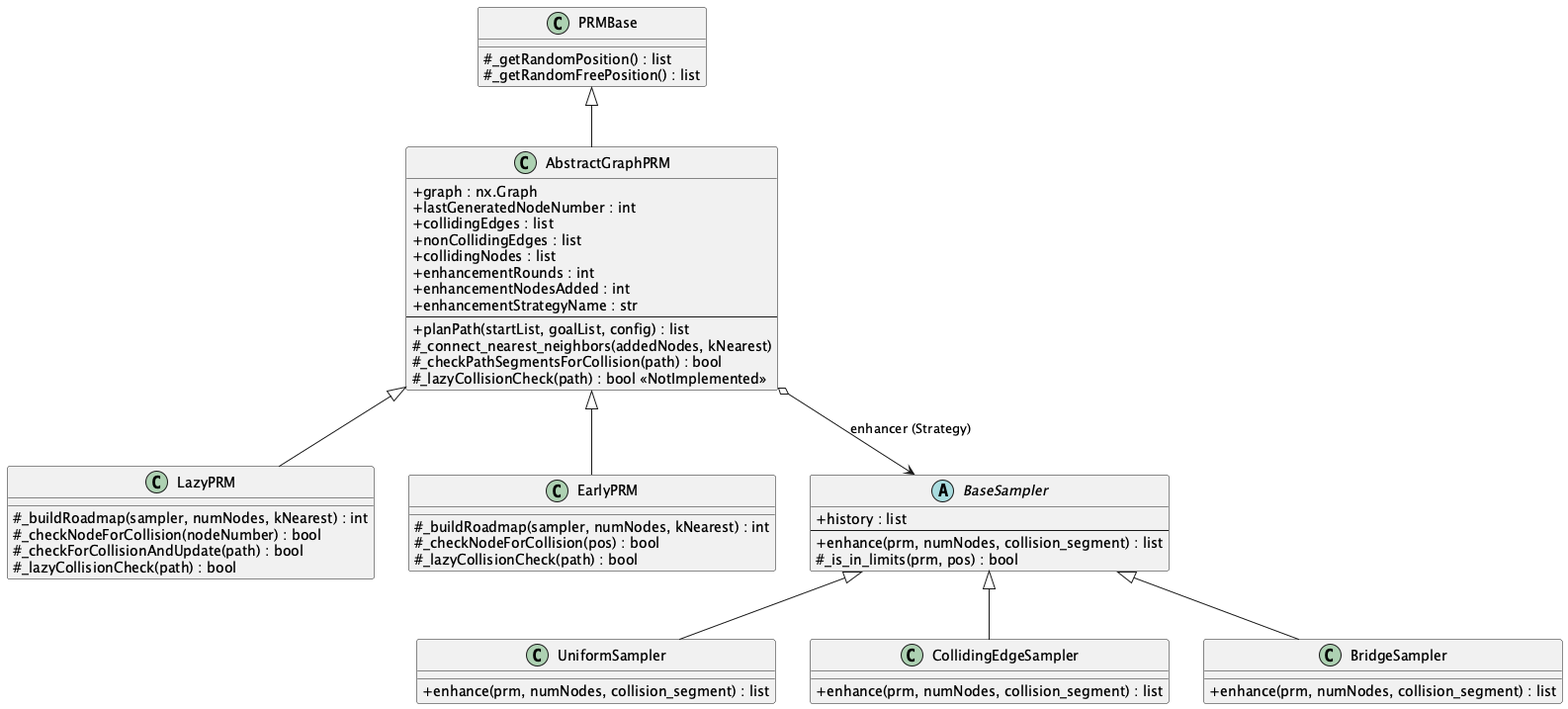
Before: notebooks/diagrams/architecture.png, a diagram exported from PlantUML (philippmCode/intro-path-planning). The source it was exported from:
```plantuml
@startuml architecture
skinparam classAttributeIconSize 0

class PRMBase {
  # _getRandomPosition() : list
  # _getRandomFreePosition() : list
}

class AbstractGraphPRM {
  + graph : nx.Graph
  + lastGeneratedNodeNumber : int
  + collidingEdges : list
  + nonCollidingEdges : list
  + collidingNodes : list
  + enhancementRounds : int
  + enhancementNodesAdded : int
  + enhancementStrategyName : str
  --
  + planPath(startList, goalList, config) : list
  # _connect_nearest_neighbors(addedNodes, kNearest)
  # _checkPathSegmentsForCollision(path) : bool
  # _lazyCollisionCheck(path) : bool <<NotImplemented>>
}

class LazyPRM {
  # _buildRoadmap(sampler, numNodes, kNearest) : int
  # _checkNodeForCollision(nodeNumber) : bool
  # _checkForCollisionAndUpdate(path) : bool
  # _lazyCollisionCheck(path) : bool
}

class EarlyPRM {
  # _buildRoadmap(sampler, numNodes, kNearest) : int
  # _checkNodeForCollision(pos) : bool
  # _lazyCollisionCheck(path) : bool
}

abstract class BaseSampler {
  + history : list
  --
  + enhance(prm, numNodes, collision_segment) : list
  # _is_in_limits(prm, pos) : bool
}

class UniformSampler {
  + enhance(prm, numNodes, collision_segment) : list
}

class CollidingEdgeSampler {
  + enhance(prm, numNodes, collision_segment) : list
}

class BridgeSampler {
  + enhance(prm, numNodes, collision_segment) : list
}

PRMBase <|-- AbstractGraphPRM
AbstractGraphPRM <|-- LazyPRM
AbstractGraphPRM <|-- EarlyPRM

BaseSampler <|-- UniformSampler
BaseSampler <|-- CollidingEdgeSampler
BaseSampler <|-- BridgeSampler

AbstractGraphPRM o--> BaseSampler : "enhancer (Strategy)"

@enduml
```
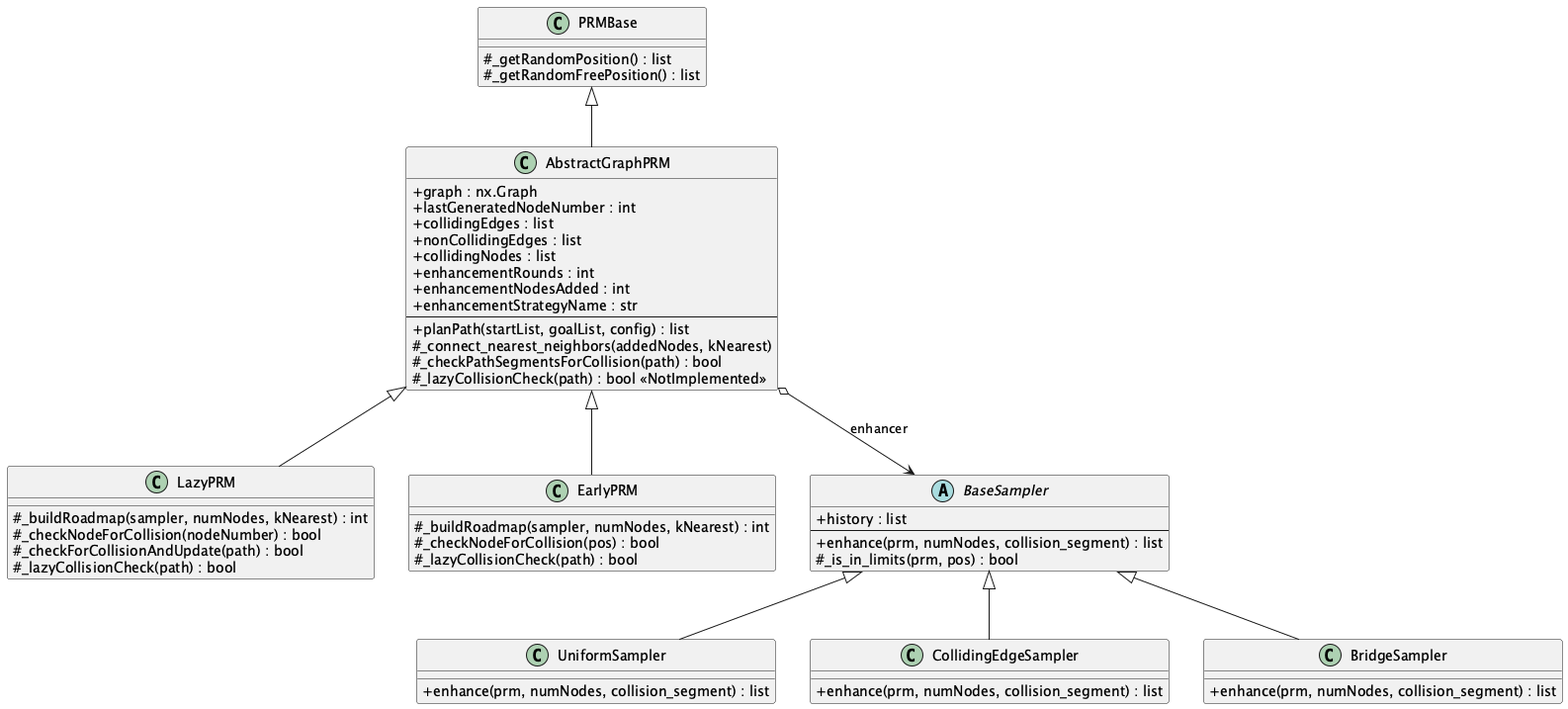
After the commit.

Commit message:
Update architecture diagram and PlantUML file

- Updated the architecture.png diagram to reflect recent changes.
- Modified the PlantUML file to simplify the relationship description for AbstractGraphPRM and BaseSampler by removing the term "Strategy".

Diff of the diagram source:
```diff
@@ -62,6 +62,6 @@
 BaseSampler <|-- CollidingEdgeSampler
 BaseSampler <|-- BridgeSampler
 
-AbstractGraphPRM o--> BaseSampler : "enhancer (Strategy)"
+AbstractGraphPRM o--> BaseSampler : "enhancer"
 
 @enduml
```
